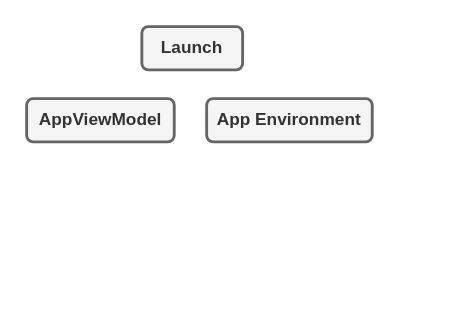
Before: page "AppFlow" (1 of 2) of Untitled Diagram.drawio in Drbingbing/AppFlow, a draw.io diagram. Source tidied: cells renumbered, new cells numbered last; positions are measured from the earlier drawing's top-left corner, leaving out a move shared by most shapes. Both pictures are drawn from the tidied source at 144%, with x=0, y=0 at pixel (26, 26).
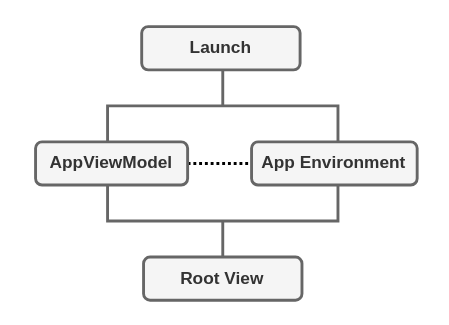
The same page after the edit.

Commit message:
add app viewModel

What changed in the source:
```diff
@@
 <mxGraphModel>
   <root>
     <mxCell id="0" />
     <mxCell id="1" parent="0" />
+    <mxCell id="5" style="strokeWidth=2;html=1;shape=mxgraph.flowchart.annotation_2;align=left;labelPosition=right;direction=south;shadow=0;fillColor=#f5f5f5;fontColor=#333333;strokeColor=#666666;" parent="1" vertex="1">
+      <mxGeometry x="56.2" y="30" width="160" height="50" as="geometry" />
+    </mxCell>
-    <mxCell id="2" value="Launch" style="rounded=1;whiteSpace=wrap;html=1;fillColor=#f5f5f5;strokeColor=#666666;fontColor=#333333;strokeWidth=2;fontStyle=1;" parent="1" vertex="1">
-      <mxGeometry x="80" width="70" height="30" as="geometry" />
+    <mxCell id="2" value="Launch" style="rounded=1;whiteSpace=wrap;html=1;fillColor=#f5f5f5;strokeColor=#666666;fontColor=#333333;strokeWidth=2;fontStyle=1;shadow=0;" parent="1" vertex="1">
+      <mxGeometry x="79.9" width="110" height="30" as="geometry" />
     </mxCell>
+    <mxCell id="6" style="group;shadow=0;" parent="1" vertex="1">
+      <mxGeometry x="6.2" y="80" width="270" height="30" as="geometry" />
+    </mxCell>
+    <mxCell id="7" style="endArrow=none;dashed=1;html=1;rounded=0;exitX=1;exitY=0.5;exitDx=0;exitDy=0;entryX=0;entryY=0.5;entryDx=0;entryDy=0;shadow=0;dashPattern=1 1;strokeWidth=2;" parent="6" edge="1" source="3" target="4">
+      <mxGeometry relative="1" as="geometry" />
+    </mxCell>
+    <mxCell id="4" value="App Environment" style="rounded=1;whiteSpace=wrap;html=1;fontStyle=1;strokeWidth=2;fillColor=#f5f5f5;fontColor=#333333;strokeColor=#666666;shadow=0;flipH=1;" parent="6" vertex="1">
+      <mxGeometry x="150" width="115" height="30" as="geometry" />
+    </mxCell>
-    <mxCell id="3" value="AppViewModel" style="rounded=1;whiteSpace=wrap;html=1;fontStyle=1;strokeWidth=2;fillColor=#f5f5f5;fontColor=#333333;strokeColor=#666666;" parent="1" vertex="1">
-      <mxGeometry y="50" width="102.5" height="30" as="geometry" />
+    <mxCell id="3" value="AppViewModel" style="rounded=1;whiteSpace=wrap;html=1;fontStyle=1;strokeWidth=2;fillColor=#f5f5f5;fontColor=#333333;strokeColor=#666666;shadow=0;glass=0;flipH=1;" parent="6" vertex="1">
+      <mxGeometry width="105.6" height="30" as="geometry" />
     </mxCell>
-    <mxCell id="4" value="App Environment" style="rounded=1;whiteSpace=wrap;html=1;fontStyle=1;strokeWidth=2;fillColor=#f5f5f5;fontColor=#333333;strokeColor=#666666;" parent="1" vertex="1">
-      <mxGeometry x="125" y="50" width="115" height="30" as="geometry" />
-    </mxCell>
+    <mxCell id="8" style="strokeWidth=2;html=1;shape=mxgraph.flowchart.annotation_2;align=left;labelPosition=right;direction=north;fillColor=#f5f5f5;fontColor=#333333;strokeColor=#666666;" parent="1" vertex="1">
+      <mxGeometry x="56.2" y="110" width="160" height="50" as="geometry" />
+    </mxCell>
+    <mxCell id="9" value="Root View" style="rounded=1;whiteSpace=wrap;html=1;strokeWidth=2;fillColor=#f5f5f5;fontColor=#333333;strokeColor=#666666;fontStyle=1;" parent="1" vertex="1">
+      <mxGeometry x="81.2" y="160" width="110" height="30" as="geometry" />
+    </mxCell>
   </root>
 </mxGraphModel>
```
